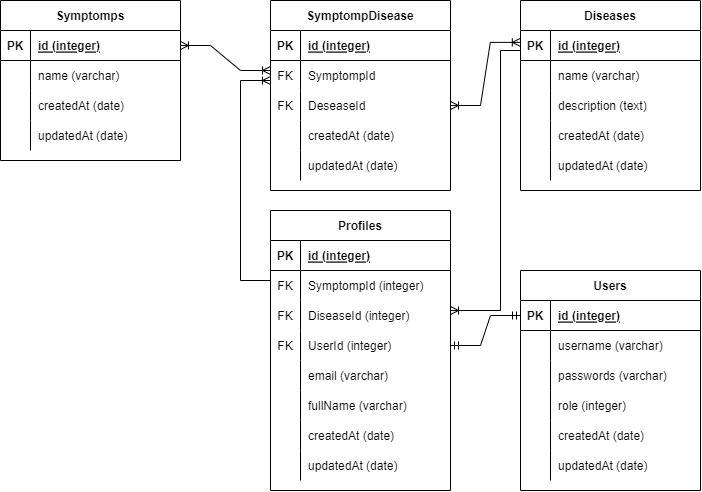
sahawaenya/SaPa keeps this draw.io diagram as ERD.png. Above is the earlier version. Source tidied: cells renumbered, new cells last; positions are measured from the earlier drawing's top-left corner, leaving out a move shared by most shapes.
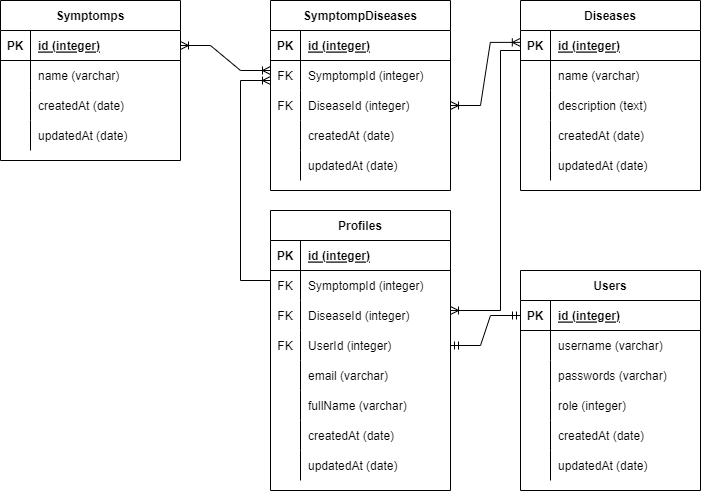
The same diagram one commit later.

Diff of the diagram source:
```diff
@@ -246,7 +246,7 @@
     <mxCell id="78" style="edgeStyle=entityRelationEdgeStyle;fontSize=12;html=1;endArrow=ERoneToMany;startArrow=ERoneToMany;rounded=0;entryX=-0.001;entryY=0.396;entryDx=0;entryDy=0;exitX=1;exitY=0.5;exitDx=0;exitDy=0;entryPerimeter=0;" parent="1" edge="1" source="86" target="16">
       <mxGeometry relative="1" as="geometry" />
     </mxCell>
-    <mxCell id="79" value="SymptompDisease" style="shape=table;startSize=30;rowLines=0;fontStyle=1;align=center;" parent="1" vertex="1">
+    <mxCell id="79" value="SymptompDiseases" style="shape=table;startSize=30;rowLines=0;fontStyle=1;align=center;" parent="1" vertex="1">
       <mxGeometry x="270" width="180" height="190" as="geometry" />
     </mxCell>
     <mxCell id="80" style="shape=tableRow;horizontal=0;startSize=0;swimlaneHead=0;swimlaneBody=0;fillColor=none;top=0;left=0;right=0;bottom=1;" parent="79" vertex="1">
@@ -264,7 +264,7 @@
     <mxCell id="84" value="FK" style="shape=partialRectangle;fillColor=none;top=0;left=0;bottom=0;right=0;overflow=hidden;" parent="83" vertex="1">
       <mxGeometry width="30" height="30" as="geometry" />
     </mxCell>
-    <mxCell id="85" value="SymptompId" style="shape=partialRectangle;fillColor=none;top=0;left=0;bottom=0;right=0;align=left;spacingLeft=6;overflow=hidden;" parent="83" vertex="1">
+    <mxCell id="85" value="SymptompId (integer)" style="shape=partialRectangle;fillColor=none;top=0;left=0;bottom=0;right=0;align=left;spacingLeft=6;overflow=hidden;" parent="83" vertex="1">
       <mxGeometry x="30" width="150" height="30" as="geometry" />
     </mxCell>
     <mxCell id="86" style="shape=tableRow;horizontal=0;startSize=0;swimlaneHead=0;swimlaneBody=0;fillColor=none;points=[[0,0.5],[1,0.5]];portConstraint=eastwest;top=0;left=0;right=0;bottom=0;" parent="79" vertex="1">
@@ -273,7 +273,7 @@
     <mxCell id="87" value="FK" style="shape=partialRectangle;fillColor=none;top=0;left=0;bottom=0;right=0;overflow=hidden;" parent="86" vertex="1">
       <mxGeometry width="30" height="30" as="geometry" />
     </mxCell>
-    <mxCell id="88" value="DeseaseId" style="shape=partialRectangle;fillColor=none;top=0;left=0;bottom=0;right=0;align=left;spacingLeft=6;overflow=hidden;" parent="86" vertex="1">
+    <mxCell id="88" value="DiseaseId (integer)" style="shape=partialRectangle;fillColor=none;top=0;left=0;bottom=0;right=0;align=left;spacingLeft=6;overflow=hidden;" parent="86" vertex="1">
       <mxGeometry x="30" width="150" height="30" as="geometry" />
     </mxCell>
     <mxCell id="89" style="shape=tableRow;horizontal=0;startSize=0;swimlaneHead=0;swimlaneBody=0;fillColor=none;top=0;left=0;right=0;bottom=0;" parent="79" vertex="1">
```
